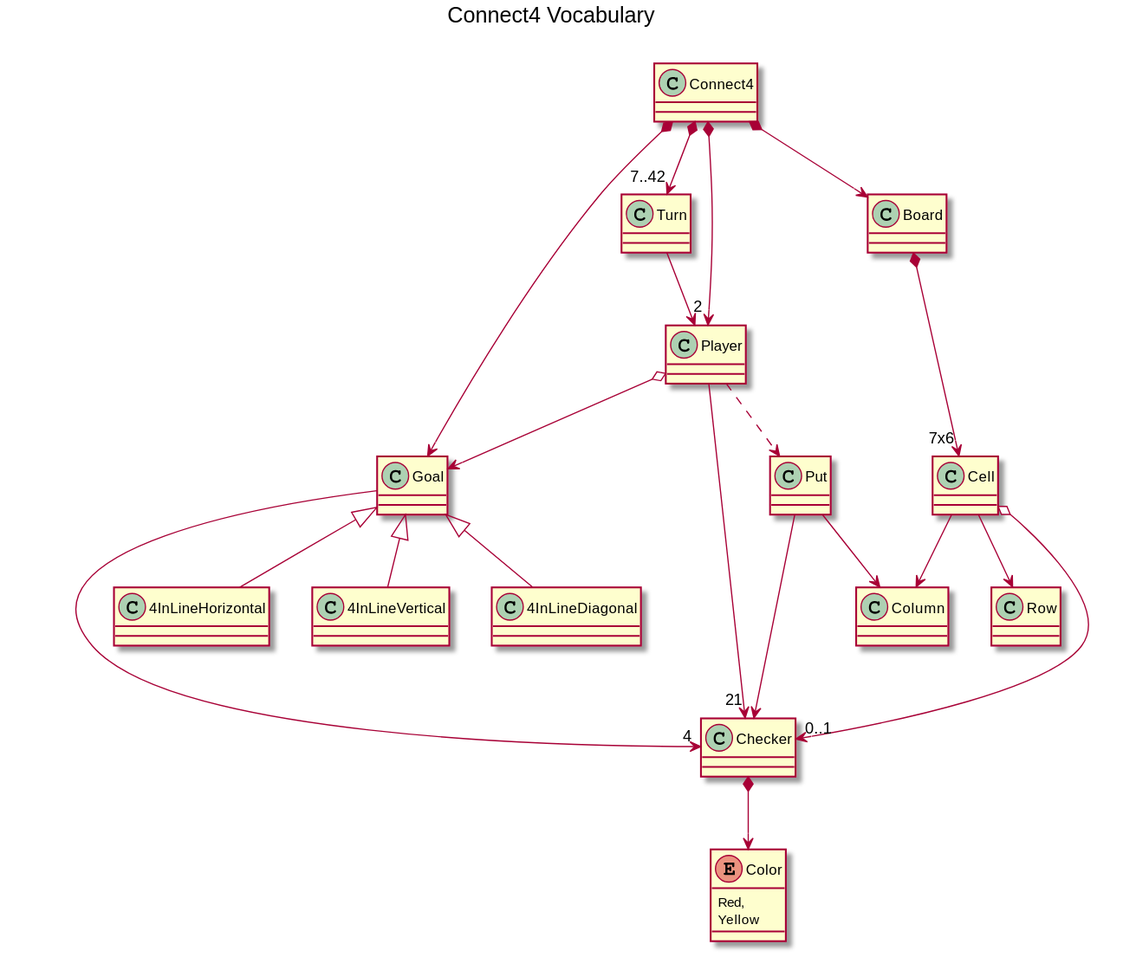
Earlier version of the PlantUML export software/game-connect4/docs/images/connect4--vocabulary.svg (USantaTecla-ed-mpds/lab-boole).
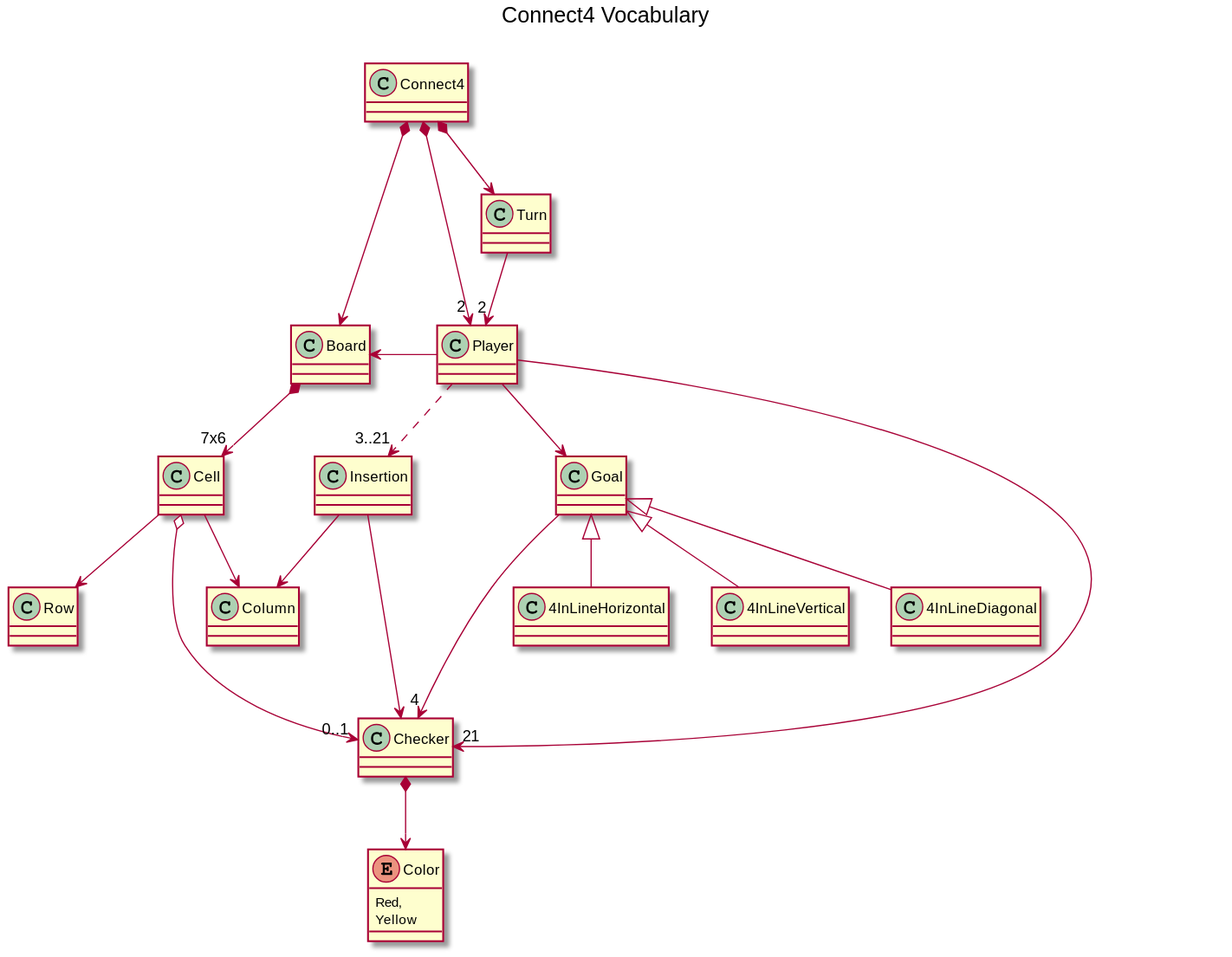
Above is the later version.

Commit message:
Connect4: Update vocabulary SVG

What changed in the source:
```diff
@@ -13,34 +13,32 @@
     Red,
     Yellow
 }
-class Put
+class Insertion
 class Goal
-
 class 4InLineHorizontal
 class 4InLineVertical
 class 4InLineDiagonal
 
-Connect4 *-d-> "2 " Player
-Connect4 *--> "7..42" Turn
+Connect4 *--> Turn
+Connect4 *--> "    2" Player
 Connect4 *--> Board
-Connect4 *--> Goal
 
-Turn --> Player
-Player --> "21" Checker
-Player o--> Goal
-Player ..> Put
+Turn --> " 2" Player
+Player ---> "21" Checker
+Player --> Goal
+Player ..> "3..21" Insertion
+Player -l-> Board
 
-Board *---> "7x6" Cell
-Cell o--> "0..1  " Checker
-
+Board *-d-> "7x6" Cell
+Cell o-r-> "0..1" Checker
 Cell --> Column
 Cell --> Row
 
-Checker *-d-> Color
-Put --> Checker
-Put --> Column
+Checker *--> Color
+Insertion ---> Checker
+Insertion --> Column
 
-Goal ---> "4" Checker
+Goal --> "  4" Checker
 Goal <|-down- 4InLineHorizontal
 Goal <|-down- 4InLineVertical
 Goal <|-down- 4InLineDiagonal
```
